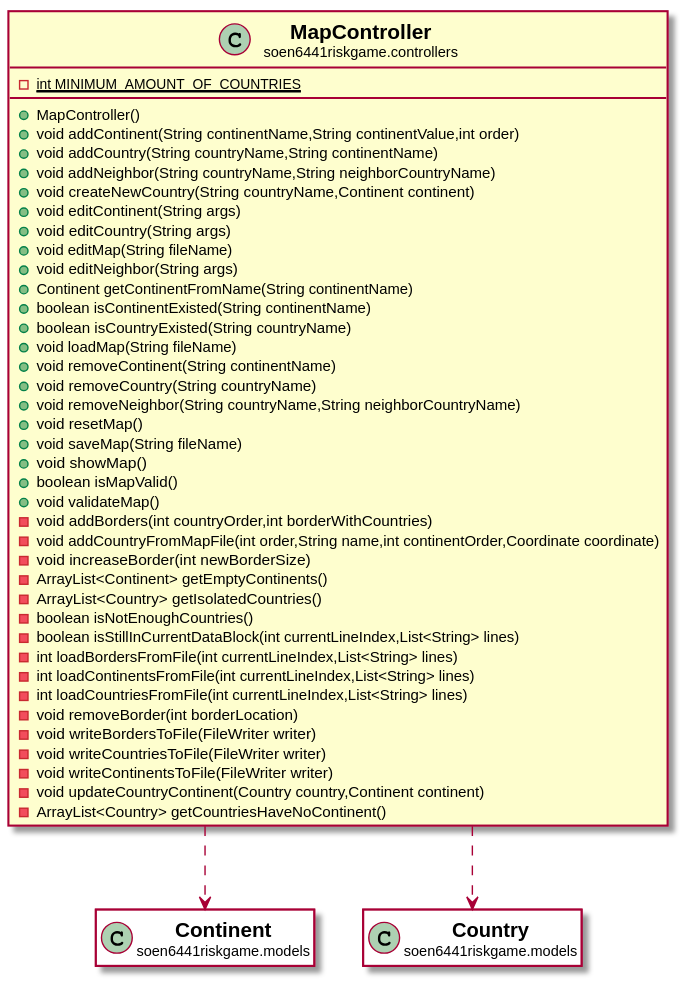
Earlier version of the PlantUML export docs/javadocs/soen6441riskgame/controllers/MapController.svg (huntertran/soen6441-riskgame).
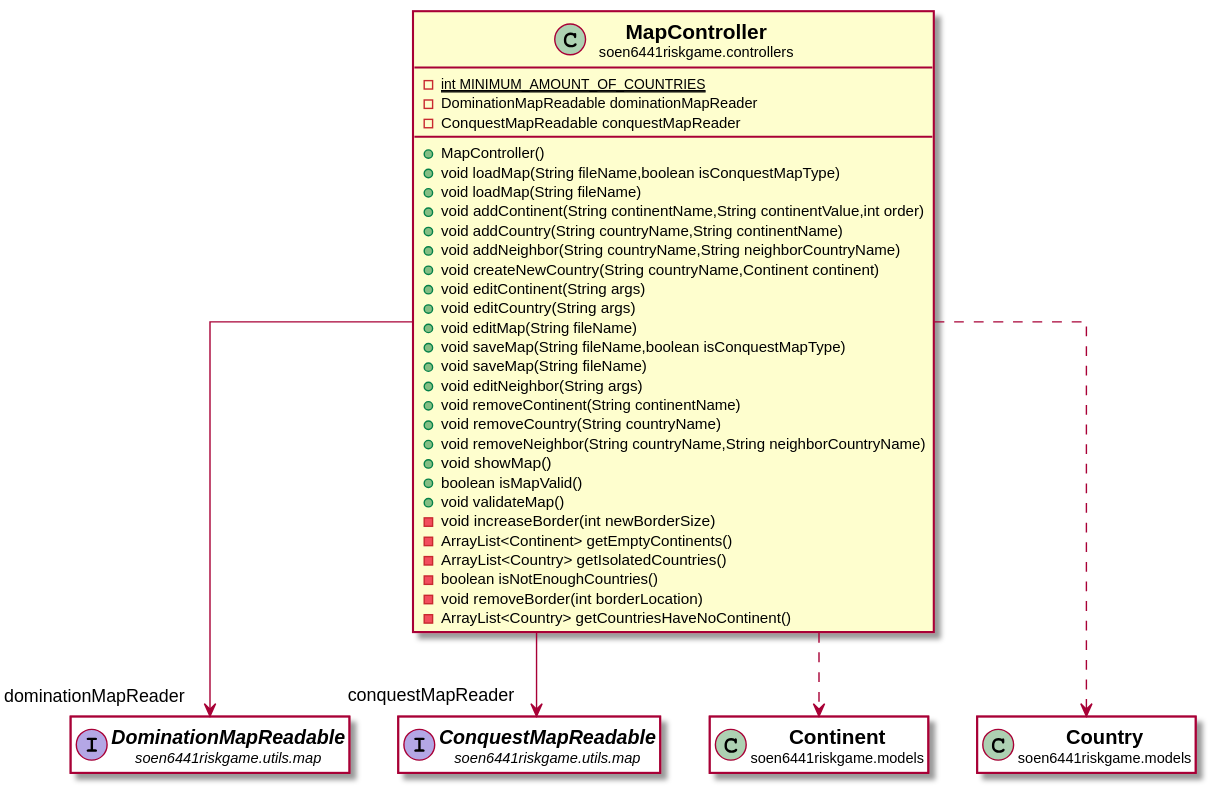
The same diagram one commit later.

Diff of the diagram source:
```diff
@@ -5,7 +5,11 @@
 set namespaceSeparator none
 class "<b><size:14>MapController</b>\n<size:10>soen6441riskgame.controllers" as soen6441riskgame.controllers.MapController  [[../../soen6441riskgame/controllers/MapController.html{soen6441riskgame.controllers.MapController}]] {
 {static} -int MINIMUM_AMOUNT_OF_COUNTRIES
+-DominationMapReadable dominationMapReader
+-ConquestMapReadable conquestMapReader
 +MapController()
++void loadMap(String fileName,boolean isConquestMapType)
++void loadMap(String fileName)
 +void addContinent(String continentName,String continentValue,int order)
 +void addCountry(String countryName,String continentName)
 +void addNeighbor(String countryName,String neighborCountryName)
@@ -13,38 +17,39 @@
 +void editContinent(String args)
 +void editCountry(String args)
 +void editMap(String fileName)
++void saveMap(String fileName,boolean isConquestMapType)
++void saveMap(String fileName)
 +void editNeighbor(String args)
-+Continent getContinentFromName(String continentName)
-+boolean isContinentExisted(String continentName)
-+boolean isCountryExisted(String countryName)
-+void loadMap(String fileName)
 +void removeContinent(String continentName)
 +void removeCountry(String countryName)
 +void removeNeighbor(String countryName,String neighborCountryName)
-+void resetMap()
-+void saveMap(String fileName)
 +void showMap()
 +boolean isMapValid()
 +void validateMap()
--void addBorders(int countryOrder,int borderWithCountries)
--void addCountryFromMapFile(int order,String name,int continentOrder,Coordinate coordinate)
 -void increaseBorder(int newBorderSize)
 -ArrayList<Continent> getEmptyContinents()
 -ArrayList<Country> getIsolatedCountries()
 -boolean isNotEnoughCountries()
--boolean isStillInCurrentDataBlock(int currentLineIndex,List<String> lines)
--int loadBordersFromFile(int currentLineIndex,List<String> lines)
--int loadContinentsFromFile(int currentLineIndex,List<String> lines)
--int loadCountriesFromFile(int currentLineIndex,List<String> lines)
 -void removeBorder(int borderLocation)
--void writeBordersToFile(FileWriter writer)
--void writeCountriesToFile(FileWriter writer)
--void writeContinentsToFile(FileWriter writer)
--void updateCountryContinent(Country country,Continent continent)
 -ArrayList<Country> getCountriesHaveNoContinent()
 }
 
 
+interface "<b><size:14>DominationMapReadable</b>\n<size:10>soen6441riskgame.utils.map" as soen6441riskgame.utils.map.DominationMapReadable  [[../../soen6441riskgame/utils/map/DominationMapReadable.html{soen6441riskgame.utils.map.DominationMapReadable}]] #white {
+}
+
+hide soen6441riskgame.utils.map.DominationMapReadable fields
+hide soen6441riskgame.utils.map.DominationMapReadable methods
+
+soen6441riskgame.controllers.MapController -->  "dominationMapReader" soen6441riskgame.utils.map.DominationMapReadable
+
+interface "<b><size:14>ConquestMapReadable</b>\n<size:10>soen6441riskgame.utils.map" as soen6441riskgame.utils.map.ConquestMapReadable  [[../../soen6441riskgame/utils/map/ConquestMapReadable.html{soen6441riskgame.utils.map.ConquestMapReadable}]] #white {
+}
+
+hide soen6441riskgame.utils.map.ConquestMapReadable fields
+hide soen6441riskgame.utils.map.ConquestMapReadable methods
+
+soen6441riskgame.controllers.MapController -->  "conquestMapReader" soen6441riskgame.utils.map.ConquestMapReadable
 
 class "<b><size:14>Continent</b>\n<size:10>soen6441riskgame.models" as soen6441riskgame.models.Continent  [[../../soen6441riskgame/models/Continent.html{soen6441riskgame.models.Continent}]] #white {
 }
@@ -65,6 +70,4 @@
 soen6441riskgame.controllers.MapController ..> soen6441riskgame.models.Country
 
 
-
-
 @enduml
```
